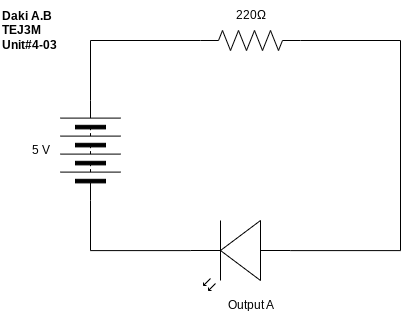
The draw.io diagram Unit-4-03.png in daki-atahwalp-antango-boad/TEJ3M-Unit-4, before a commit. Source tidied: cells renumbered, new cells last; positions are measured from the earlier drawing's top-left corner, leaving out a move shared by most shapes. Source of this version:
```xml
<mxGraphModel>
  <root>
    <mxCell id="0" />
    <mxCell id="1" parent="0" />
    <mxCell id="2" style="verticalLabelPosition=bottom;shadow=0;dashed=0;align=center;html=1;verticalAlign=top;shape=mxgraph.electrical.resistors.resistor_2;" parent="1" vertex="1">
      <mxGeometry x="200" y="30" width="100" height="20" as="geometry" />
    </mxCell>
    <mxCell id="3" style="verticalLabelPosition=bottom;shadow=0;dashed=0;align=center;html=1;verticalAlign=top;shape=mxgraph.electrical.miscellaneous.batteryStack;rotation=-90;" parent="1" vertex="1">
      <mxGeometry x="40" y="120" width="100" height="60" as="geometry" />
    </mxCell>
    <mxCell id="4" style="verticalLabelPosition=bottom;shadow=0;dashed=0;align=center;html=1;verticalAlign=top;shape=mxgraph.electrical.opto_electronics.led_2;rotation=-180;" parent="1" vertex="1">
      <mxGeometry x="190" y="220" width="100" height="70" as="geometry" />
    </mxCell>
    <mxCell id="5" style="edgeStyle=orthogonalEdgeStyle;html=1;exitX=1;exitY=0.5;exitDx=0;exitDy=0;entryX=0;entryY=0.5;entryDx=0;entryDy=0;entryPerimeter=0;rounded=0;endArrow=none;endFill=0;" parent="1" edge="1" source="3" target="2">
      <mxGeometry relative="1" as="geometry" />
    </mxCell>
    <mxCell id="6" style="edgeStyle=orthogonalEdgeStyle;html=1;exitX=0;exitY=0.5;exitDx=0;exitDy=0;entryX=1;entryY=0.57;entryDx=0;entryDy=0;entryPerimeter=0;rounded=0;endArrow=none;endFill=0;" parent="1" edge="1" source="3" target="4">
      <mxGeometry relative="1" as="geometry" />
    </mxCell>
    <mxCell id="7" style="edgeStyle=orthogonalEdgeStyle;html=1;exitX=1;exitY=0.5;exitDx=0;exitDy=0;exitPerimeter=0;entryX=0;entryY=0.57;entryDx=0;entryDy=0;entryPerimeter=0;rounded=0;endArrow=none;endFill=0;" parent="1" edge="1" source="2" target="4">
      <mxGeometry relative="1" as="geometry">
        <Array as="points">
          <mxPoint x="400" y="40" />
          <mxPoint x="400" y="250" />
        </Array>
      </mxGeometry>
    </mxCell>
    <mxCell id="8" value="5 V" style="text;html=1;align=center;verticalAlign=middle;strokeColor=none;fillColor=none;" parent="1" vertex="1">
      <mxGeometry x="20" y="135" width="40" height="30" as="geometry" />
    </mxCell>
    <mxCell id="9" value="220Ω" style="text;html=1;align=center;verticalAlign=middle;strokeColor=none;fillColor=none;" parent="1" vertex="1">
      <mxGeometry x="225" width="50" height="30" as="geometry" />
    </mxCell>
    <mxCell id="10" value="Output A" style="text;html=1;align=center;verticalAlign=middle;strokeColor=none;fillColor=none;" parent="1" vertex="1">
      <mxGeometry x="215" y="290" width="70" height="30" as="geometry" />
    </mxCell>
    <mxCell id="11" value="&lt;b&gt;Daki A.B&lt;/b&gt;&lt;div&gt;&lt;b&gt;TEJ3M&lt;/b&gt;&lt;/div&gt;&lt;div&gt;&lt;b&gt;Unit#4-03&lt;/b&gt;&lt;/div&gt;" style="text;html=1;align=left;verticalAlign=middle;strokeColor=none;fillColor=none;" parent="1" vertex="1">
      <mxGeometry width="80" height="60" as="geometry" />
    </mxCell>
  </root>
</mxGraphModel>
```
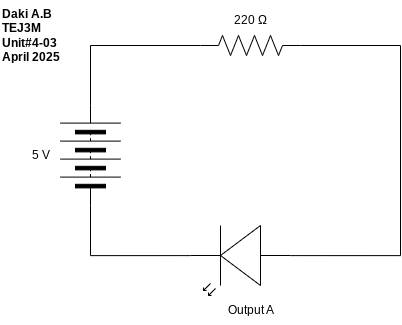
Above is the later version.

What changed in the source:
```diff
@@ -8,7 +8,7 @@
     <mxCell id="3" style="verticalLabelPosition=bottom;shadow=0;dashed=0;align=center;html=1;verticalAlign=top;shape=mxgraph.electrical.miscellaneous.batteryStack;rotation=-90;" parent="1" vertex="1">
       <mxGeometry x="40" y="120" width="100" height="60" as="geometry" />
     </mxCell>
-    <mxCell id="4" style="verticalLabelPosition=bottom;shadow=0;dashed=0;align=center;html=1;verticalAlign=top;shape=mxgraph.electrical.opto_electronics.led_2;rotation=-180;" parent="1" vertex="1">
+    <mxCell id="4" style="verticalLabelPosition=bottom;shadow=0;dashed=0;align=center;html=1;verticalAlign=top;shape=mxgraph.electrical.opto_electronics.led_2;rotation=-180;fontStyle=1;" parent="1" vertex="1">
       <mxGeometry x="190" y="220" width="100" height="70" as="geometry" />
     </mxCell>
     <mxCell id="5" style="edgeStyle=orthogonalEdgeStyle;html=1;exitX=1;exitY=0.5;exitDx=0;exitDy=0;entryX=0;entryY=0.5;entryDx=0;entryDy=0;entryPerimeter=0;rounded=0;endArrow=none;endFill=0;" parent="1" edge="1" source="3" target="2">
@@ -28,14 +28,14 @@
     <mxCell id="8" value="5 V" style="text;html=1;align=center;verticalAlign=middle;strokeColor=none;fillColor=none;" parent="1" vertex="1">
       <mxGeometry x="20" y="135" width="40" height="30" as="geometry" />
     </mxCell>
-    <mxCell id="9" value="220Ω" style="text;html=1;align=center;verticalAlign=middle;strokeColor=none;fillColor=none;" parent="1" vertex="1">
-      <mxGeometry x="225" width="50" height="30" as="geometry" />
+    <mxCell id="9" value="220 Ω" style="text;html=1;align=center;verticalAlign=middle;strokeColor=none;fillColor=none;" parent="1" vertex="1">
+      <mxGeometry x="220" width="60" height="30" as="geometry" />
     </mxCell>
     <mxCell id="10" value="Output A" style="text;html=1;align=center;verticalAlign=middle;strokeColor=none;fillColor=none;" parent="1" vertex="1">
       <mxGeometry x="215" y="290" width="70" height="30" as="geometry" />
     </mxCell>
-    <mxCell id="11" value="&lt;b&gt;Daki A.B&lt;/b&gt;&lt;div&gt;&lt;b&gt;TEJ3M&lt;/b&gt;&lt;/div&gt;&lt;div&gt;&lt;b&gt;Unit#4-03&lt;/b&gt;&lt;/div&gt;" style="text;html=1;align=left;verticalAlign=middle;strokeColor=none;fillColor=none;" parent="1" vertex="1">
-      <mxGeometry width="80" height="60" as="geometry" />
+    <mxCell id="11" value="&lt;b&gt;Daki A.B&lt;/b&gt;&lt;div&gt;&lt;b&gt;TEJ3M&lt;/b&gt;&lt;/div&gt;&lt;div&gt;&lt;b&gt;Unit#4-03&lt;/b&gt;&lt;/div&gt;&lt;div&gt;&lt;b&gt;April 2025&lt;/b&gt;&lt;/div&gt;" style="text;html=1;align=left;verticalAlign=middle;strokeColor=none;fillColor=none;" parent="1" vertex="1">
+      <mxGeometry y="-5" width="80" height="70" as="geometry" />
     </mxCell>
   </root>
 </mxGraphModel>
```
